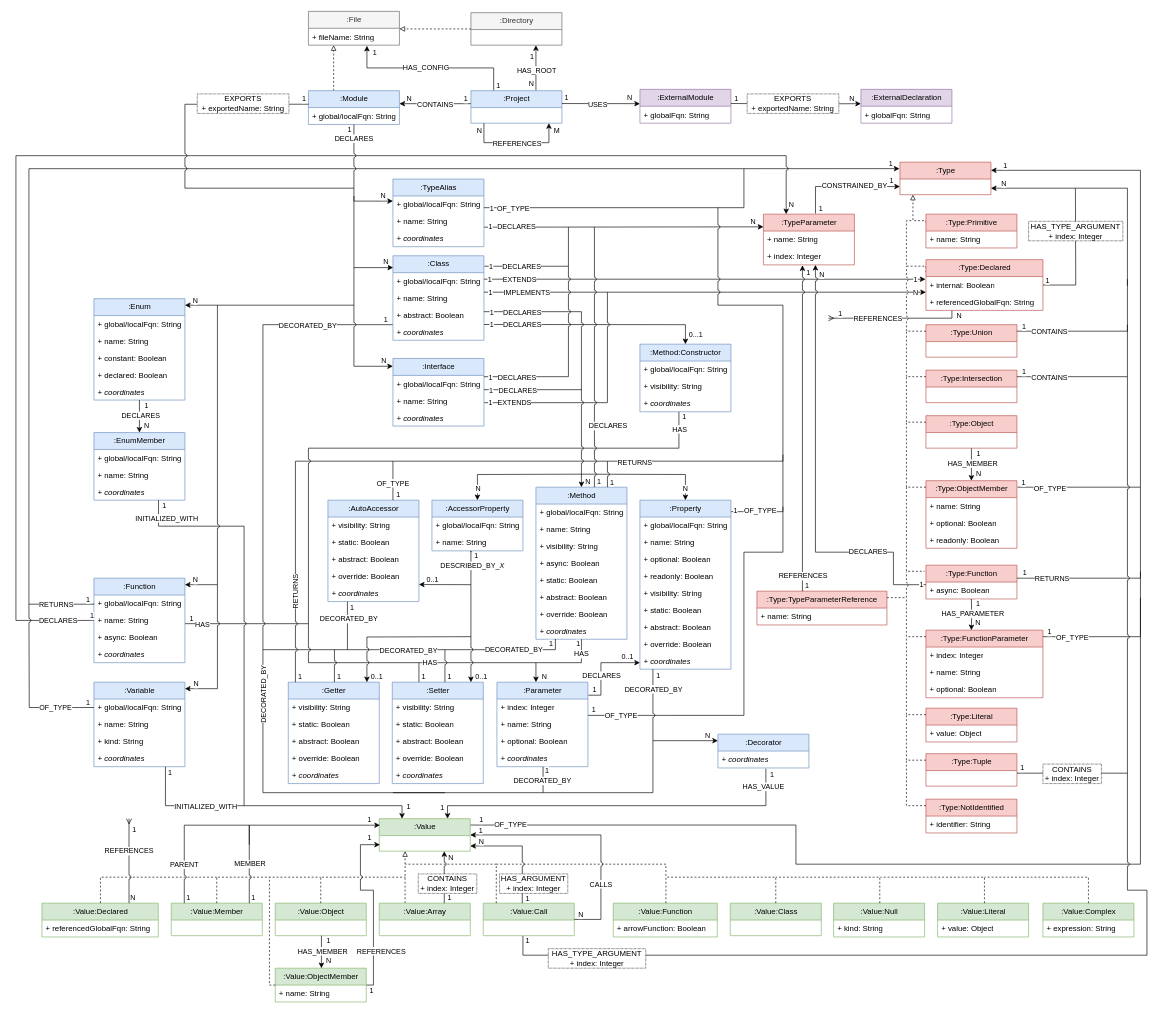
jqassistant-plugin/jqassistant-typescript-plugin keeps this draw.io diagram as docs/jqa-ts-plugin-model-core.drawio. Above is the earlier version. Source tidied: cells renumbered, new cells numbered last; positions are measured from the earlier drawing's top-left corner, leaving out a move shared by most shapes. Both pictures are drawn from the tidied source at 65%, with x=0, y=0 at pixel (16, 11).
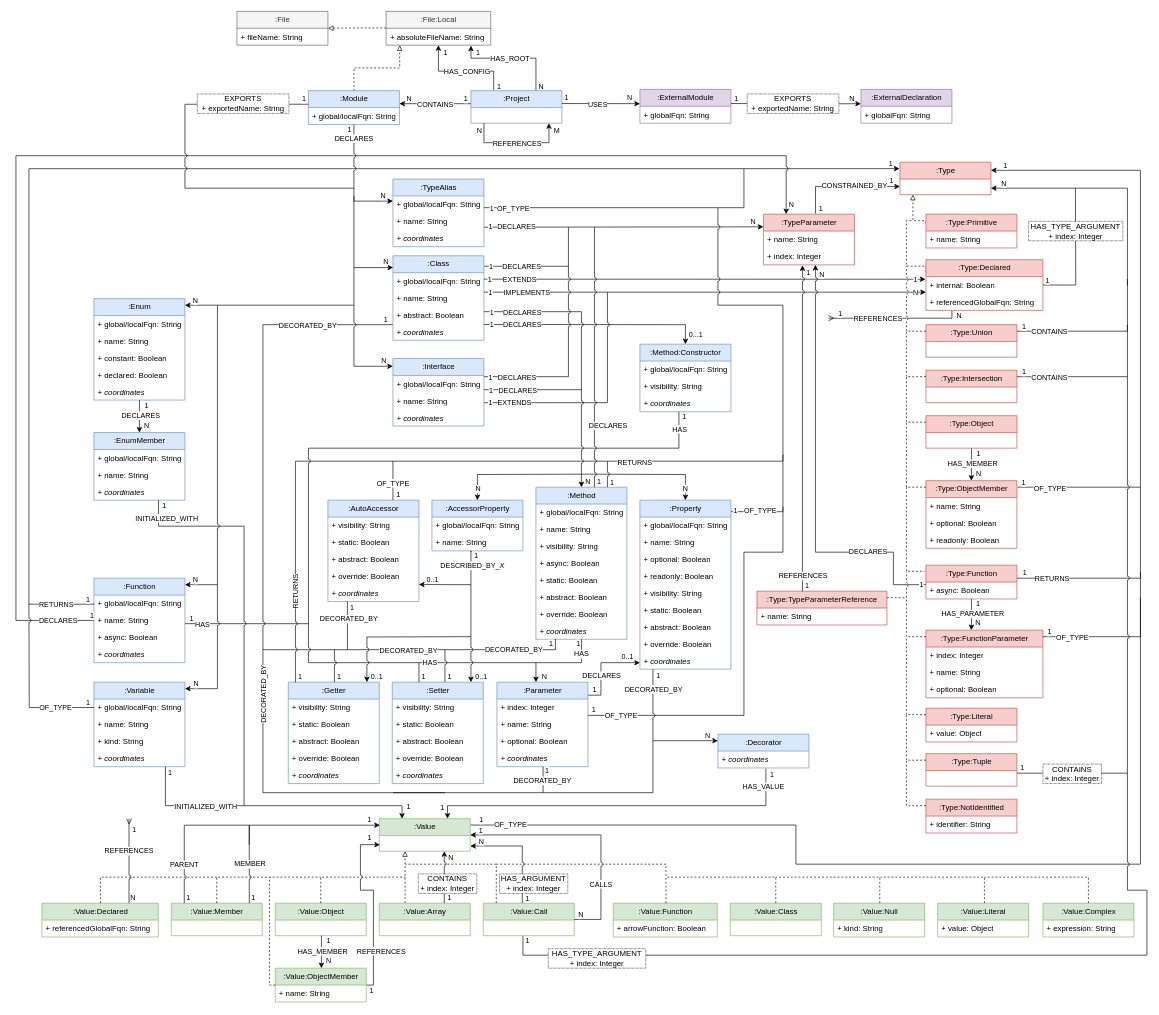
The same page after the edit.

The change refers to these unchanged cells:
```xml
<mxCell id="101" value=":Project" style="swimlane;fontStyle=0;horizontal=1;startSize=26;fillColor=#dae8fc;html=1;strokeColor=#6c8ebf;" parent="1" vertex="1">
  <mxGeometry x="700" y="122" width="140" height="50" as="geometry" />
</mxCell>
<mxCell id="103" value=":Module" style="swimlane;fontStyle=0;horizontal=1;startSize=26;fillColor=#dae8fc;html=1;strokeColor=#6c8ebf;" parent="1" vertex="1">
  <mxGeometry x="450" y="122" width="140" height="52" as="geometry" />
</mxCell>
<mxCell id="429" value="+ fileName: String" style="text;strokeColor=none;fillColor=none;align=left;verticalAlign=top;spacingLeft=4;spacingRight=4;overflow=hidden;points=[[0,0.5],[1,0.5]];portConstraint=eastwest;whiteSpace=wrap;html=1;" parent="428" vertex="1">
  <mxGeometry y="26" width="140" height="26" as="geometry" />
</mxCell>
```

Change to the diagram source:
```diff
@@
-    <mxCell id="93" style="edgeStyle=orthogonalEdgeStyle;rounded=0;orthogonalLoop=1;jettySize=auto;html=1;exitX=0.5;exitY=0;exitDx=0;exitDy=0;entryX=0.5;entryY=1;entryDx=0;entryDy=0;" parent="1" edge="1">
+    <mxCell id="93" style="edgeStyle=orthogonalEdgeStyle;rounded=0;jettySize=auto;html=1;exitX=0.5;exitY=0;exitDx=0;exitDy=0;entryX=0.811;entryY=1.026;entryDx=0;entryDy=0;entryPerimeter=0;" parent="1" edge="1" target="433">
       <mxGeometry relative="1" as="geometry">
         <mxPoint x="800" y="122" as="sourcePoint" />
-        <mxPoint x="800" y="52" as="targetPoint" />
+        <Array as="points">
+          <mxPoint x="800" y="72" />
+          <mxPoint x="700" y="72" />
+        </Array>
       </mxGeometry>
     </mxCell>
     <mxCell id="94" value="HAS_ROOT" style="edgeLabel;html=1;align=center;verticalAlign=middle;" parent="93" vertex="1">
       <mxGeometry x="0.07" y="1" relative="1" as="geometry">
-        <mxPoint x="1" y="5" as="offset" />
+        <mxPoint y="-1" as="offset" />
       </mxGeometry>
     </mxCell>
     <mxCell id="95" value="N" style="edgeLabel;html=1;align=center;verticalAlign=middle;" parent="93" vertex="1">
       <mxGeometry x="-0.7" relative="1" as="geometry">
-        <mxPoint x="-8" as="offset" />
+        <mxPoint x="7" y="18" as="offset" />
       </mxGeometry>
     </mxCell>
     <mxCell id="96" value="1" style="edgeLabel;html=1;align=center;verticalAlign=middle;" parent="93" vertex="1">
       <mxGeometry x="0.63" y="1" relative="1" as="geometry">
-        <mxPoint x="-6" y="3" as="offset" />
+        <mxPoint x="-2" y="-11" as="offset" />
       </mxGeometry>
     </mxCell>
-    <mxCell id="97" style="edgeStyle=orthogonalEdgeStyle;rounded=0;jettySize=auto;html=1;exitX=0.25;exitY=0;exitDx=0;exitDy=0;entryX=0.643;entryY=1.035;entryDx=0;entryDy=0;entryPerimeter=0;" parent="1" edge="1" source="101" target="429">
-      <mxGeometry relative="1" as="geometry" />
+    <mxCell id="97" style="edgeStyle=orthogonalEdgeStyle;rounded=0;jettySize=auto;html=1;exitX=0.25;exitY=0;exitDx=0;exitDy=0;entryX=0.5;entryY=1;entryDx=0;entryDy=0;" parent="1" edge="1" source="101" target="432">
+      <mxGeometry relative="1" as="geometry">
+        <Array as="points">
+          <mxPoint x="735" y="92" />
+          <mxPoint x="650" y="92" />
+        </Array>
+      </mxGeometry>
     </mxCell>
     <mxCell id="98" value="HAS_CONFIG" style="edgeLabel;html=1;align=center;verticalAlign=middle;" parent="97" vertex="1">
       <mxGeometry x="0.06" y="1" relative="1" as="geometry">
-        <mxPoint y="-2" as="offset" />
+        <mxPoint x="10" y="-1" as="offset" />
       </mxGeometry>
     </mxCell>
     <mxCell id="99" value="1" style="edgeLabel;html=1;align=center;verticalAlign=middle;" parent="97" vertex="1">
       <mxGeometry x="-0.93" relative="1" as="geometry">
-        <mxPoint x="6" as="offset" />
+        <mxPoint x="7" y="-2" as="offset" />
       </mxGeometry>
     </mxCell>
     <mxCell id="100" value="1" style="edgeLabel;html=1;align=center;verticalAlign=middle;" parent="97" vertex="1">
       <mxGeometry x="0.91" y="1" relative="1" as="geometry">
-        <mxPoint x="12" y="-1" as="offset" />
+        <mxPoint x="11" y="3" as="offset" />
       </mxGeometry>
     </mxCell>
@@
-    <mxCell id="102" style="edgeStyle=orthogonalEdgeStyle;rounded=0;orthogonalLoop=1;jettySize=auto;html=1;exitX=0.5;exitY=0;exitDx=0;exitDy=0;entryX=0.5;entryY=1;entryDx=0;entryDy=0;endArrow=block;endFill=0;dashed=1;" parent="1" edge="1">
-      <mxGeometry relative="1" as="geometry">
-        <mxPoint x="488.8" y="122" as="sourcePoint" />
-        <mxPoint x="488.8" y="52" as="targetPoint" />
-      </mxGeometry>
+    <mxCell id="102" style="edgeStyle=orthogonalEdgeStyle;rounded=0;jettySize=auto;html=1;exitX=0.5;exitY=0;exitDx=0;exitDy=0;endArrow=block;endFill=0;dashed=1;entryX=0.13;entryY=0.999;entryDx=0;entryDy=0;entryPerimeter=0;" parent="1" edge="1" source="103" target="433">
+      <mxGeometry relative="1" as="geometry" />
     </mxCell>
@@
-    <mxCell id="422" style="edgeStyle=orthogonalEdgeStyle;rounded=0;jettySize=auto;html=1;exitX=0;exitY=0.5;exitDx=0;exitDy=0;entryX=1;entryY=0.5;entryDx=0;entryDy=0;endArrow=block;endFill=0;dashed=1;" parent="1" edge="1" source="423">
+    <mxCell id="422" style="edgeStyle=orthogonalEdgeStyle;rounded=0;jettySize=auto;html=1;exitX=0;exitY=0.5;exitDx=0;exitDy=0;endArrow=block;endFill=0;dashed=1;entryX=1;entryY=0.5;entryDx=0;entryDy=0;" parent="1" edge="1" target="428">
       <mxGeometry relative="1" as="geometry">
-        <mxPoint x="590" y="27" as="targetPoint" />
+        <mxPoint x="569.5" y="25.5" as="sourcePoint" />
+        <Array as="points">
+          <mxPoint x="511" y="26" />
+        </Array>
       </mxGeometry>
     </mxCell>
-    <mxCell id="423" value=":Directory" style="swimlane;fontStyle=0;horizontal=1;startSize=26;fillColor=#f5f5f5;html=1;strokeColor=#666666;fontColor=#333333;" parent="1" vertex="1">
-      <mxGeometry x="700" y="2" width="140" height="50" as="geometry" />
-    </mxCell>
@@
     <mxCell id="428" value=":File" style="swimlane;fontStyle=0;horizontal=1;startSize=26;fillColor=#f5f5f5;html=1;strokeColor=#666666;fontColor=#333333;" parent="1" vertex="1">
-      <mxGeometry x="450" width="140" height="52" as="geometry" />
+      <mxGeometry x="340" width="140" height="52" as="geometry" />
     </mxCell>
@@
+    <mxCell id="432" value=":File:Local" style="swimlane;fontStyle=0;horizontal=1;startSize=26;fillColor=#f5f5f5;html=1;strokeColor=#666666;fontColor=#333333;" parent="1" vertex="1">
+      <mxGeometry x="569.5" width="161" height="52" as="geometry" />
+    </mxCell>
+    <mxCell id="433" value="+ absoluteFileName: String" style="text;strokeColor=none;fillColor=none;align=left;verticalAlign=top;spacingLeft=4;spacingRight=4;overflow=hidden;points=[[0,0.5],[1,0.5]];portConstraint=eastwest;whiteSpace=wrap;html=1;" parent="432" vertex="1">
+      <mxGeometry y="26" width="161" height="26" as="geometry" />
+    </mxCell>
```
